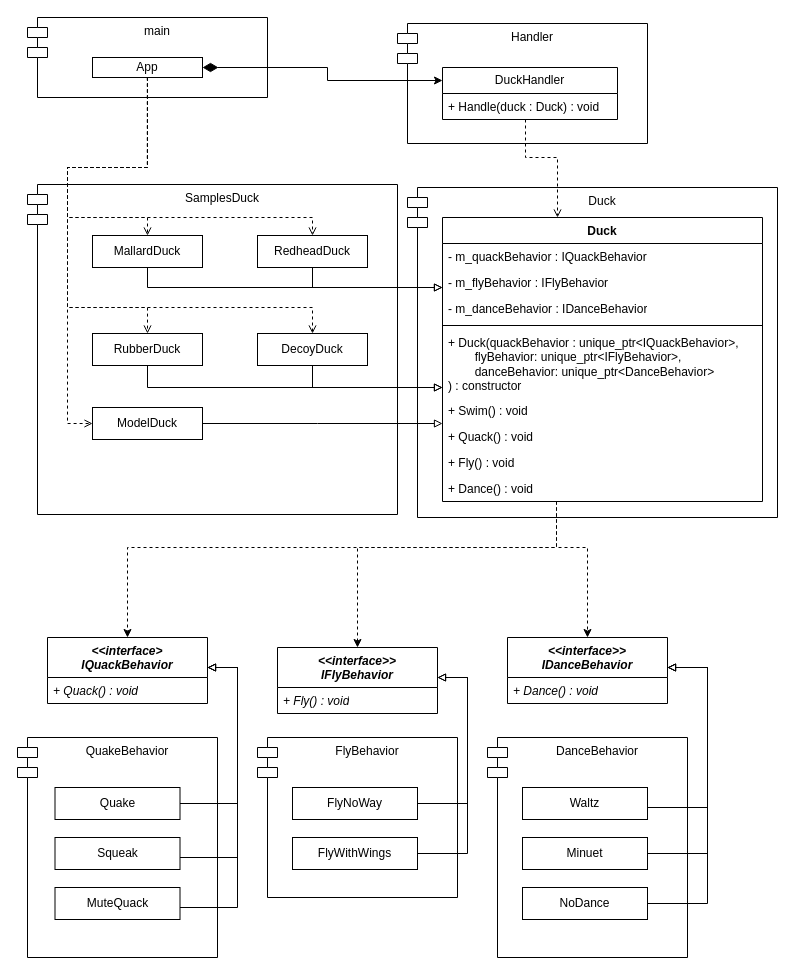
Above: lw1/1/Ducks.drawio in ProstP/OOD (draw.io), before the change. Source tidied: cells renumbered, new cells numbered last; positions are measured from the earlier drawing's top-left corner, leaving out a move shared by most shapes. Both pictures are drawn from the tidied source at 100%, with x=0, y=0 at pixel (17, 17).
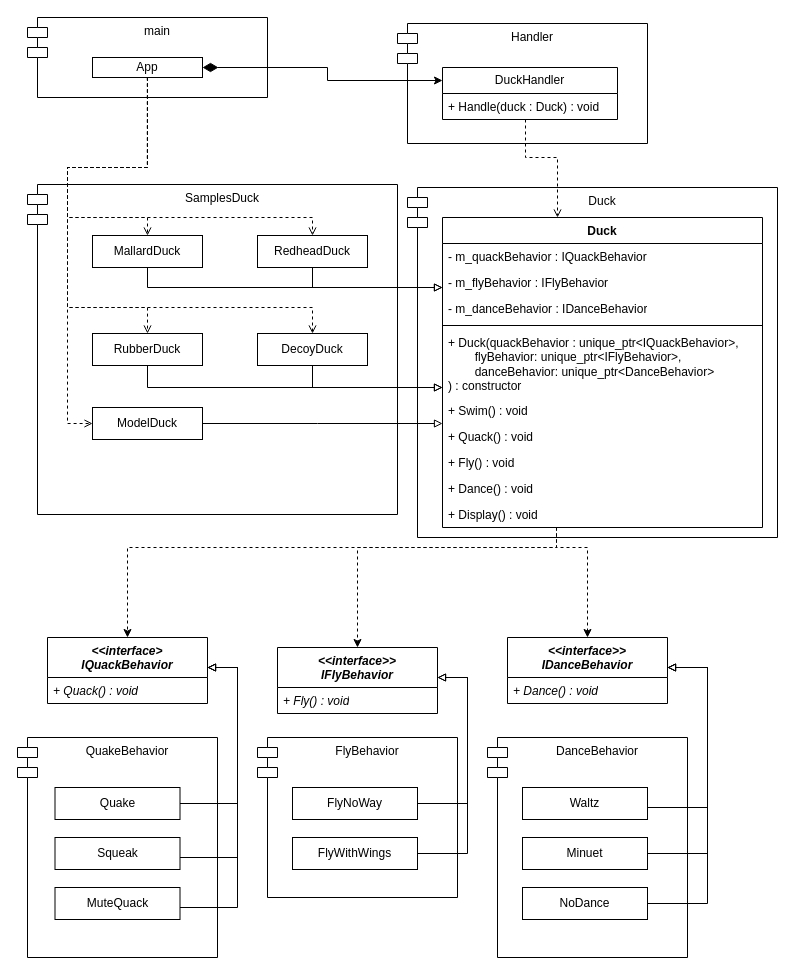
After the change.

Commit message:
Добавил метод Display у Duck

What changed in the source:
```diff
@@
     <mxCell id="9" value="Duck" style="shape=module;align=left;spacingLeft=20;align=center;verticalAlign=top;whiteSpace=wrap;html=1;" parent="1" vertex="1">
-      <mxGeometry x="390" y="170" width="370" height="330" as="geometry" />
+      <mxGeometry x="390" y="170" width="370" height="350" as="geometry" />
     </mxCell>
     <mxCell id="10" value="Duck" style="swimlane;fontStyle=1;align=center;verticalAlign=top;horizontal=1;startSize=26;whiteSpace=wrap;html=1;" parent="1" vertex="1">
-      <mxGeometry x="425" y="200" width="320" height="284" as="geometry" />
+      <mxGeometry x="425" y="200" width="320" height="310" as="geometry" />
     </mxCell>
@@
+    <mxCell id="64" value="+ Display() : void" style="text;strokeColor=none;fillColor=none;align=left;verticalAlign=top;spacingLeft=4;spacingRight=4;overflow=hidden;whiteSpace=wrap;html=1;" parent="10" vertex="1">
+      <mxGeometry y="284" width="320" height="26" as="geometry" />
+    </mxCell>
```
